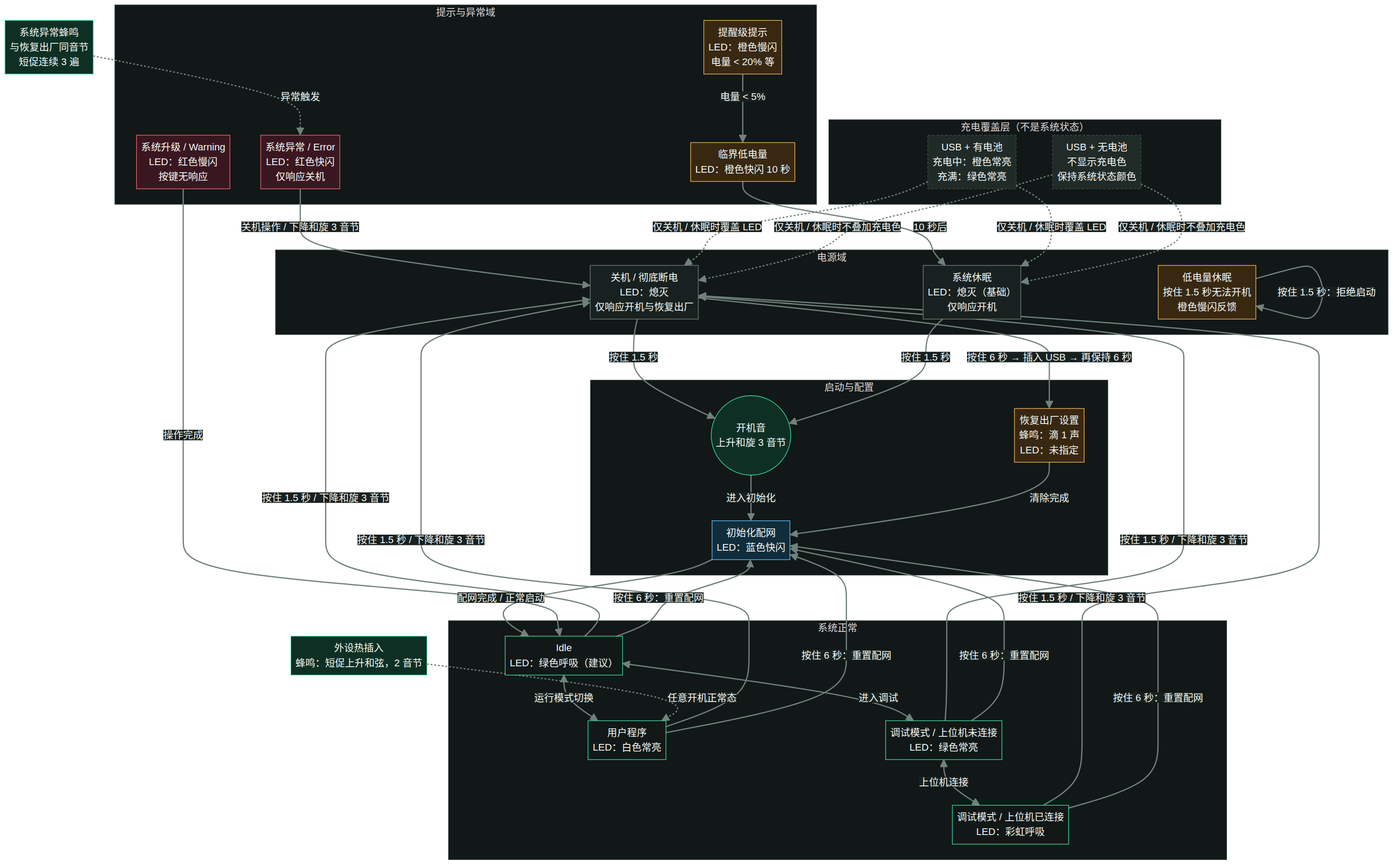
Above: docs/public/led-strategy-flow.png in ialexpeng/esp-claw (Mermaid), before the change. Its source is kept beside it as docs/public/led-strategy-flow.mmd. Source of this version:
```mermaid
%%{init: {"theme":"base","themeVariables":{"background":"#0A0F0E","primaryColor":"#111817","primaryTextColor":"#F1F6F3","primaryBorderColor":"#41534D","lineColor":"#71817B","secondaryColor":"#18211F","tertiaryColor":"#202B28","clusterBkg":"#111817","clusterBorder":"#2B3935","fontFamily":"Inter, PingFang SC, Microsoft YaHei, sans-serif"}}}%%
flowchart TB
  classDef power fill:#18211F,stroke:#78857F,color:#F1F6F3,stroke-width:1px
  classDef normal fill:#111817,stroke:#3DE7A6,color:#F1F6F3,stroke-width:1px
  classDef info fill:#112D3C,stroke:#66C7FF,color:#F1F6F3,stroke-width:1px
  classDef warning fill:#382812,stroke:#FFBD59,color:#F1F6F3,stroke-width:1px
  classDef danger fill:#3A1720,stroke:#FF6578,color:#F1F6F3,stroke-width:1px
  classDef overlay fill:#202B28,stroke:#41534D,color:#F1F6F3,stroke-width:1px,stroke-dasharray: 4 3
  classDef event fill:#0E3024,stroke:#3DE7A6,color:#F1F6F3,stroke-width:1px

  subgraph P[电源域]
    direction LR
    OFF["关机 / 彻底断电<br/>LED：熄灭<br/>仅响应开机与恢复出厂"]:::power
    SLEEP["系统休眠<br/>LED：熄灭（基础）<br/>仅响应开机"]:::power
    NOPOWER["低电量休眠<br/>按住 1.5 秒无法开机<br/>橙色慢闪反馈"]:::warning
  end

  subgraph B[启动与配置]
    direction LR
    START(("开机音<br/>上升和旋 3 音节")):::event
    RESET["恢复出厂设置<br/>蜂鸣：滴 1 声<br/>LED：未指定"]:::warning
    PAIR["初始化配网<br/>LED：蓝色快闪"]:::info
  end

  subgraph N[系统正常]
    direction LR
    IDLE["Idle<br/>LED：绿色呼吸（建议）"]:::normal
    APP["用户程序<br/>LED：白色常亮"]:::normal
    DEBUG0["调试模式 / 上位机未连接<br/>LED：绿色常亮"]:::normal
    DEBUG1["调试模式 / 上位机已连接<br/>LED：彩虹呼吸"]:::normal
  end

  subgraph X[提示与异常域]
    direction LR
    TIP["提醒级提示<br/>LED：橙色慢闪<br/>电量 < 20% 等"]:::warning
    LOW5["临界低电量<br/>LED：橙色快闪 10 秒"]:::warning
    UPGRADE["系统升级 / Warning<br/>LED：红色慢闪<br/>按键无响应"]:::danger
    ERROR["系统异常 / Error<br/>LED：红色快闪<br/>仅响应关机"]:::danger
  end

  subgraph C[充电覆盖层（不是系统状态）]
    direction LR
    USBBAT["USB + 有电池<br/>充电中：橙色常亮<br/>充满：绿色常亮"]:::overlay
    USBNOBAT["USB + 无电池<br/>不显示充电色<br/>保持系统状态颜色"]:::overlay
  end

  OFF -->|"按住 1.5 秒"| START
  SLEEP -->|"按住 1.5 秒"| START
  NOPOWER -->|"按住 1.5 秒：拒绝启动"| NOPOWER
  START -->|"进入初始化"| PAIR
  OFF -->|"按住 6 秒 → 插入 USB → 再保持 6 秒"| RESET
  RESET -->|"清除完成"| PAIR
  PAIR -->|"配网完成 / 正常启动"| IDLE
  IDLE <--> |"运行模式切换"| APP
  IDLE <--> |"进入调试"| DEBUG0
  DEBUG0 <--> |"上位机连接"| DEBUG1

  IDLE -->|"按住 1.5 秒 / 下降和旋 3 音节"| OFF
  APP -->|"按住 1.5 秒 / 下降和旋 3 音节"| OFF
  DEBUG0 -->|"按住 1.5 秒 / 下降和旋 3 音节"| OFF
  DEBUG1 -->|"按住 1.5 秒 / 下降和旋 3 音节"| OFF
  IDLE -->|"按住 6 秒：重置配网"| PAIR
  APP -->|"按住 6 秒：重置配网"| PAIR
  DEBUG0 -->|"按住 6 秒：重置配网"| PAIR
  DEBUG1 -->|"按住 6 秒：重置配网"| PAIR

  TIP -->|"电量 < 5%"| LOW5
  LOW5 -->|"10 秒后"| SLEEP
  UPGRADE -->|"操作完成"| IDLE
  ERROR -->|"关机操作 / 下降和旋 3 音节"| OFF

  USBBAT -. "仅关机 / 休眠时覆盖 LED" .-> OFF
  USBBAT -. "仅关机 / 休眠时覆盖 LED" .-> SLEEP
  USBNOBAT -. "仅关机 / 休眠时不叠加充电色" .-> OFF
  USBNOBAT -. "仅关机 / 休眠时不叠加充电色" .-> SLEEP

  HOTPLUG["外设热插入<br/>蜂鸣：短促上升和弦，2 音节"]:::event
  ERRORBUZZ["系统异常蜂鸣<br/>与恢复出厂同音节<br/>短促连续 3 遍"]:::event
  HOTPLUG -. "任意开机正常态" .-> APP
  ERRORBUZZ -. "异常触发" .-> ERROR
```
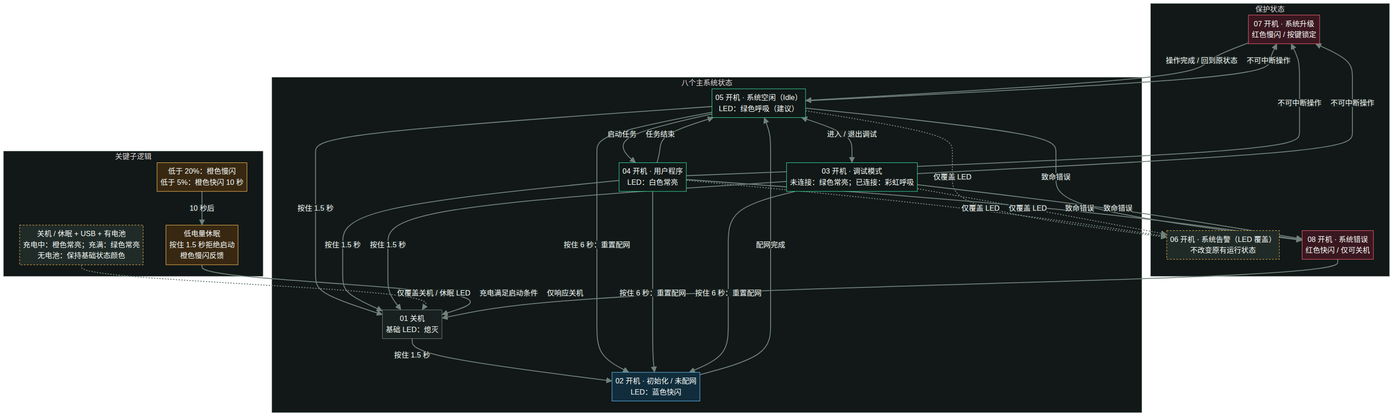
The same diagram one commit later.

Commit message:
docs: simplify LED strategy state map

Change to the diagram source:
```diff
@@ -5,76 +5,55 @@
   classDef info fill:#112D3C,stroke:#66C7FF,color:#F1F6F3,stroke-width:1px
   classDef warning fill:#382812,stroke:#FFBD59,color:#F1F6F3,stroke-width:1px
   classDef danger fill:#3A1720,stroke:#FF6578,color:#F1F6F3,stroke-width:1px
-  classDef overlay fill:#202B28,stroke:#41534D,color:#F1F6F3,stroke-width:1px,stroke-dasharray: 4 3
-  classDef event fill:#0E3024,stroke:#3DE7A6,color:#F1F6F3,stroke-width:1px
+  classDef overlay fill:#202B28,stroke:#FFBD59,color:#F1F6F3,stroke-width:1px,stroke-dasharray: 4 3
 
-  subgraph P[电源域]
+  subgraph MAIN[八个主系统状态]
     direction LR
-    OFF["关机 / 彻底断电<br/>LED：熄灭<br/>仅响应开机与恢复出厂"]:::power
-    SLEEP["系统休眠<br/>LED：熄灭（基础）<br/>仅响应开机"]:::power
-    NOPOWER["低电量休眠<br/>按住 1.5 秒无法开机<br/>橙色慢闪反馈"]:::warning
+    OFF["01 关机<br/>基础 LED：熄灭"]:::power
+    INIT["02 开机 · 初始化 / 未配网<br/>LED：蓝色快闪"]:::info
+    IDLE["05 开机 · 系统空闲（Idle）<br/>LED：绿色呼吸（建议）"]:::normal
+    PROGRAM["04 开机 · 用户程序<br/>LED：白色常亮"]:::normal
+    DEBUG["03 开机 · 调试模式<br/>未连接：绿色常亮；已连接：彩虹呼吸"]:::normal
   end
 
-  subgraph B[启动与配置]
+  OFF -->|"按住 1.5 秒"| INIT
+  INIT -->|"配网完成"| IDLE
+  IDLE -->|"启动任务"| PROGRAM
+  PROGRAM -->|"任务结束"| IDLE
+  IDLE <-->|"进入 / 退出调试"| DEBUG
+  IDLE -->|"按住 1.5 秒"| OFF
+  PROGRAM -->|"按住 1.5 秒"| OFF
+  DEBUG -->|"按住 1.5 秒"| OFF
+  IDLE -->|"按住 6 秒：重置配网"| INIT
+  PROGRAM -->|"按住 6 秒：重置配网"| INIT
+  DEBUG -->|"按住 6 秒：重置配网"| INIT
+
+  subgraph SUB[关键子逻辑]
     direction LR
-    START(("开机音<br/>上升和旋 3 音节")):::event
-    RESET["恢复出厂设置<br/>蜂鸣：滴 1 声<br/>LED：未指定"]:::warning
-    PAIR["初始化配网<br/>LED：蓝色快闪"]:::info
+    CHARGE["关机 / 休眠 + USB + 有电池<br/>充电中：橙色常亮；充满：绿色常亮<br/>无电池：保持基础状态颜色"]:::overlay
+    LOW["低于 20%：橙色慢闪<br/>低于 5%：橙色快闪 10 秒"]:::warning
+    SLEEP["低电量休眠<br/>按住 1.5 秒拒绝启动<br/>橙色慢闪反馈"]:::warning
   end
 
-  subgraph N[系统正常]
+  CHARGE -. "仅覆盖关机 / 休眠 LED" .-> OFF
+  LOW -->|"10 秒后"| SLEEP
+  SLEEP -->|"充电满足启动条件"| OFF
+
+  subgraph PROTECTION[保护状态]
     direction LR
-    IDLE["Idle<br/>LED：绿色呼吸（建议）"]:::normal
-    APP["用户程序<br/>LED：白色常亮"]:::normal
-    DEBUG0["调试模式 / 上位机未连接<br/>LED：绿色常亮"]:::normal
-    DEBUG1["调试模式 / 上位机已连接<br/>LED：彩虹呼吸"]:::normal
+    WARNING["06 开机 · 系统告警（LED 覆盖）<br/>不改变原有运行状态"]:::overlay
+    UPGRADE["07 开机 · 系统升级<br/>红色慢闪 / 按键锁定"]:::danger
+    ERROR["08 开机 · 系统错误<br/>红色快闪 / 仅可关机"]:::danger
   end
 
-  subgraph X[提示与异常域]
-    direction LR
-    TIP["提醒级提示<br/>LED：橙色慢闪<br/>电量 < 20% 等"]:::warning
-    LOW5["临界低电量<br/>LED：橙色快闪 10 秒"]:::warning
-    UPGRADE["系统升级 / Warning<br/>LED：红色慢闪<br/>按键无响应"]:::danger
-    ERROR["系统异常 / Error<br/>LED：红色快闪<br/>仅响应关机"]:::danger
-  end
-
-  subgraph C[充电覆盖层（不是系统状态）]
-    direction LR
-    USBBAT["USB + 有电池<br/>充电中：橙色常亮<br/>充满：绿色常亮"]:::overlay
-    USBNOBAT["USB + 无电池<br/>不显示充电色<br/>保持系统状态颜色"]:::overlay
-  end
-
-  OFF -->|"按住 1.5 秒"| START
-  SLEEP -->|"按住 1.5 秒"| START
-  NOPOWER -->|"按住 1.5 秒：拒绝启动"| NOPOWER
-  START -->|"进入初始化"| PAIR
-  OFF -->|"按住 6 秒 → 插入 USB → 再保持 6 秒"| RESET
-  RESET -->|"清除完成"| PAIR
-  PAIR -->|"配网完成 / 正常启动"| IDLE
-  IDLE <--> |"运行模式切换"| APP
-  IDLE <--> |"进入调试"| DEBUG0
-  DEBUG0 <--> |"上位机连接"| DEBUG1
-
-  IDLE -->|"按住 1.5 秒 / 下降和旋 3 音节"| OFF
-  APP -->|"按住 1.5 秒 / 下降和旋 3 音节"| OFF
-  DEBUG0 -->|"按住 1.5 秒 / 下降和旋 3 音节"| OFF
-  DEBUG1 -->|"按住 1.5 秒 / 下降和旋 3 音节"| OFF
-  IDLE -->|"按住 6 秒：重置配网"| PAIR
-  APP -->|"按住 6 秒：重置配网"| PAIR
-  DEBUG0 -->|"按住 6 秒：重置配网"| PAIR
-  DEBUG1 -->|"按住 6 秒：重置配网"| PAIR
-
-  TIP -->|"电量 < 5%"| LOW5
-  LOW5 -->|"10 秒后"| SLEEP
-  UPGRADE -->|"操作完成"| IDLE
-  ERROR -->|"关机操作 / 下降和旋 3 音节"| OFF
-
-  USBBAT -. "仅关机 / 休眠时覆盖 LED" .-> OFF
-  USBBAT -. "仅关机 / 休眠时覆盖 LED" .-> SLEEP
-  USBNOBAT -. "仅关机 / 休眠时不叠加充电色" .-> OFF
-  USBNOBAT -. "仅关机 / 休眠时不叠加充电色" .-> SLEEP
-
-  HOTPLUG["外设热插入<br/>蜂鸣：短促上升和弦，2 音节"]:::event
-  ERRORBUZZ["系统异常蜂鸣<br/>与恢复出厂同音节<br/>短促连续 3 遍"]:::event
-  HOTPLUG -. "任意开机正常态" .-> APP
-  ERRORBUZZ -. "异常触发" .-> ERROR
+  IDLE -. "仅覆盖 LED" .-> WARNING
+  PROGRAM -. "仅覆盖 LED" .-> WARNING
+  DEBUG -. "仅覆盖 LED" .-> WARNING
+  IDLE -->|"不可中断操作"| UPGRADE
+  PROGRAM -->|"不可中断操作"| UPGRADE
+  DEBUG -->|"不可中断操作"| UPGRADE
+  UPGRADE -->|"操作完成 / 回到原状态"| IDLE
+  IDLE -->|"致命错误"| ERROR
+  PROGRAM -->|"致命错误"| ERROR
+  DEBUG -->|"致命错误"| ERROR
+  ERROR -->|"仅响应关机"| OFF
```
